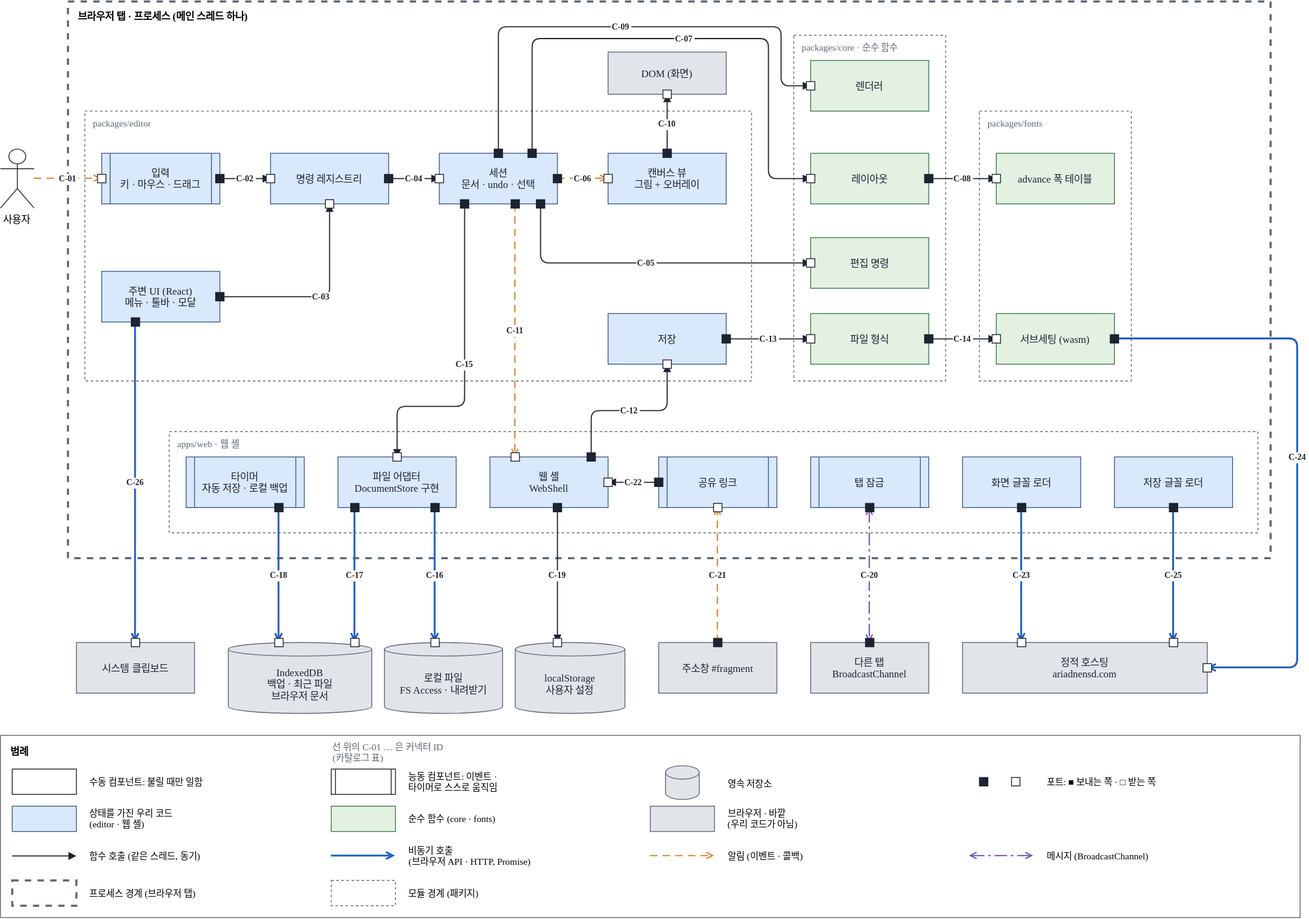
Before: docs/03-architecture/assets/cc-view-web.drawio.svg, a diagram exported from draw.io (reddiana/AriadneNSD). Source tidied: cells renumbered, new cells last; positions are measured from the earlier drawing's top-left corner, leaving out a move shared by most shapes.
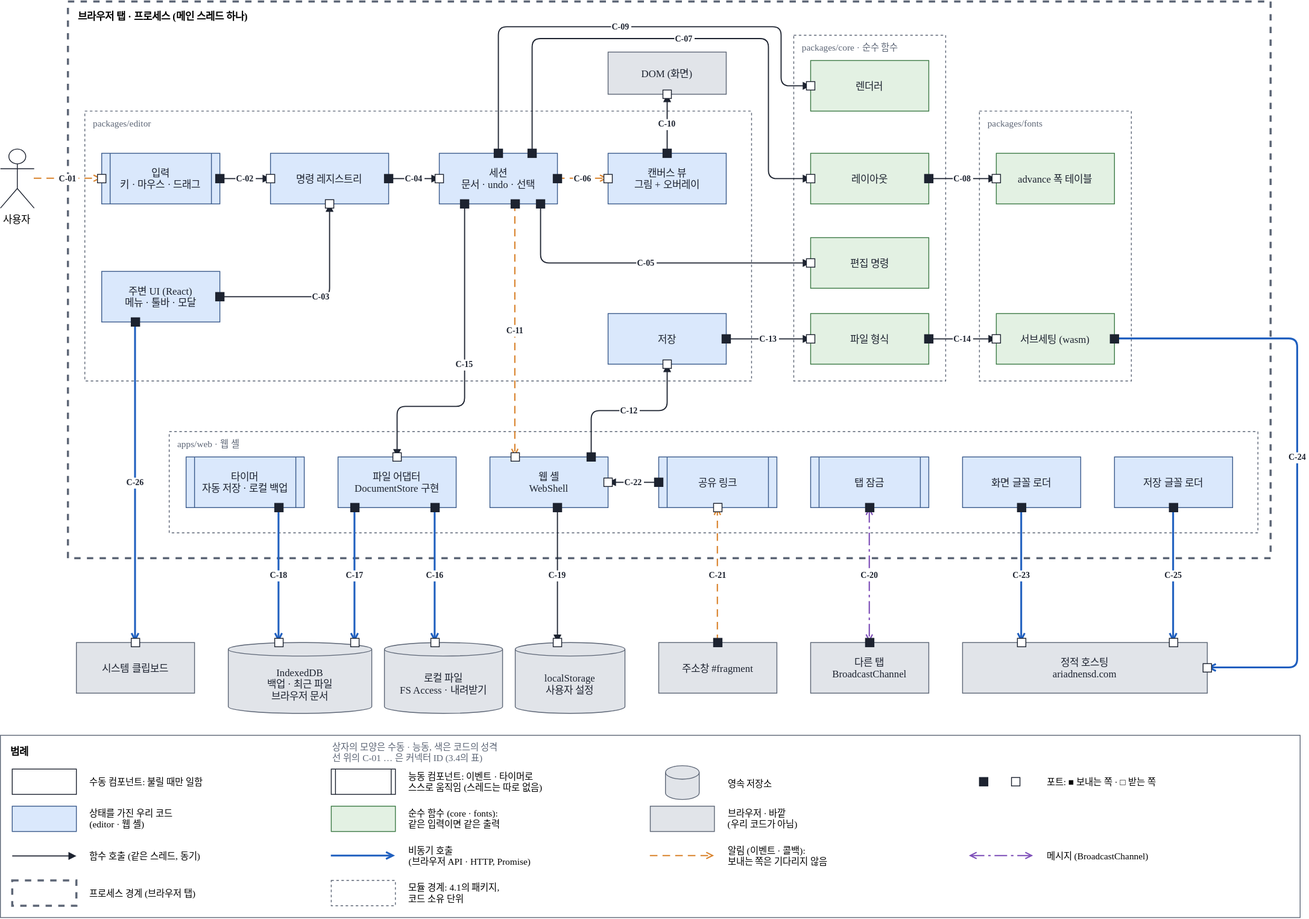
After the change.

Commit message:
docs(architecture): 3.2는 시스템과 아키텍처 특징을 설명하고 기호의 뜻은 C&C 범례로

Change to the diagram source:
```diff
@@ -449,13 +449,13 @@
     <mxCell id="115" style="shape=process;size=0.07;rounded=0;html=0;fillColor=#ffffff;strokeColor=#1d2330;fontColor=#1d2330;" parent="1" vertex="1">
       <mxGeometry x="392" y="910" width="76" height="30" as="geometry" />
     </mxCell>
-    <mxCell id="116" value="능동 컴포넌트: 이벤트 ·&#10;타이머로 스스로 움직임" style="text;html=0;align=left;verticalAlign=middle;fontFamily=Malgun Gothic;fontSize=12;fontSize=11;" parent="1" vertex="1">
+    <mxCell id="116" value="능동 컴포넌트: 이벤트 · 타이머로&#10;스스로 움직임 (스레드는 따로 없음)" style="text;html=0;align=left;verticalAlign=middle;fontFamily=Malgun Gothic;fontSize=12;fontSize=11;" parent="1" vertex="1">
       <mxGeometry x="482" y="910" width="186" height="30" as="geometry" />
     </mxCell>
     <mxCell id="117" style="rounded=0;html=0;fillColor=#e3f1e3;strokeColor=#3c7a45;fontColor=#1d2330;" parent="1" vertex="1">
       <mxGeometry x="392" y="954" width="76" height="30" as="geometry" />
     </mxCell>
-    <mxCell id="118" value="순수 함수 (core · fonts)" style="text;html=0;align=left;verticalAlign=middle;fontFamily=Malgun Gothic;fontSize=12;fontSize=11;" parent="1" vertex="1">
+    <mxCell id="118" value="순수 함수 (core · fonts):&#10;같은 입력이면 같은 출력" style="text;html=0;align=left;verticalAlign=middle;fontFamily=Malgun Gothic;fontSize=12;fontSize=11;" parent="1" vertex="1">
       <mxGeometry x="482" y="954" width="186" height="30" as="geometry" />
     </mxCell>
     <mxCell id="119" style="rounded=0;html=0;fillColor=#dae8fc;strokeColor=#3b5b8c;fontColor=#1d2330;" parent="1" vertex="1">
@@ -491,7 +491,7 @@
     <mxCell id="129" value="비동기 호출&#10;(브라우저 API · HTTP, Promise)" style="text;html=0;align=left;verticalAlign=middle;fontFamily=Malgun Gothic;fontSize=12;fontSize=11;" parent="1" vertex="1">
       <mxGeometry x="482" y="998" width="186" height="30" as="geometry" />
     </mxCell>
-    <mxCell id="130" value="알림 (이벤트 · 콜백)" style="text;html=0;align=left;verticalAlign=middle;fontFamily=Malgun Gothic;fontSize=12;fontSize=11;" parent="1" vertex="1">
+    <mxCell id="130" value="알림 (이벤트 · 콜백):&#10;보내는 쪽은 기다리지 않음" style="text;html=0;align=left;verticalAlign=middle;fontFamily=Malgun Gothic;fontSize=12;fontSize=11;" parent="1" vertex="1">
       <mxGeometry x="860" y="998" width="186" height="30" as="geometry" />
     </mxCell>
     <mxCell id="131" value="메시지 (BroadcastChannel)" style="text;html=0;align=left;verticalAlign=middle;fontFamily=Malgun Gothic;fontSize=12;fontSize=11;" parent="1" vertex="1">
@@ -506,10 +506,10 @@
     <mxCell id="134" style="rounded=0;fillColor=none;dashed=1;dashPattern=3 3;strokeColor=#5d6676;" parent="1" vertex="1">
       <mxGeometry x="392" y="1042" width="76" height="30" as="geometry" />
     </mxCell>
-    <mxCell id="135" value="모듈 경계 (패키지)" style="text;html=0;align=left;verticalAlign=middle;fontFamily=Malgun Gothic;fontSize=12;fontSize=11;" parent="1" vertex="1">
+    <mxCell id="135" value="모듈 경계: 4.1의 패키지,&#10;코드 소유 단위" style="text;html=0;align=left;verticalAlign=middle;fontFamily=Malgun Gothic;fontSize=12;fontSize=11;" parent="1" vertex="1">
       <mxGeometry x="482" y="1042" width="186" height="30" as="geometry" />
     </mxCell>
-    <mxCell id="136" value="선 위의 C-01 … 은 커넥터 ID&#10;(카탈로그 표)" style="text;html=0;align=left;verticalAlign=middle;fontFamily=Malgun Gothic;fontSize=12;fontSize=11;fontColor=#5d6676;" parent="1" vertex="1">
+    <mxCell id="136" value="상자의 모양은 수동 · 능동, 색은 코드의 성격&#10;선 위의 C-01 … 은 커넥터 ID (3.4의 표)" style="text;html=0;align=left;verticalAlign=middle;fontFamily=Malgun Gothic;fontSize=12;fontSize=11;fontColor=#5d6676;" parent="1" vertex="1">
       <mxGeometry x="392" y="875" width="276" height="30" as="geometry" />
     </mxCell>
     <mxCell id="137" style="endArrow=block;endFill=1;strokeColor=#1d2330;strokeWidth=1.3;html=0;" parent="1" edge="1">
```
